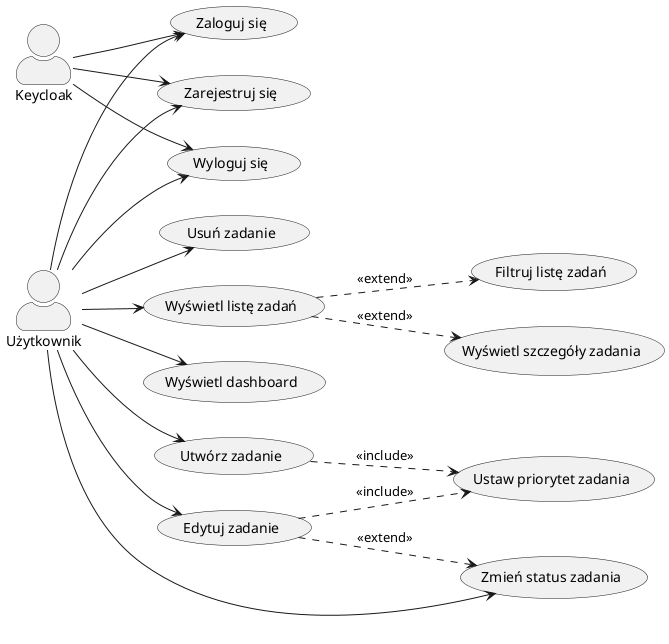
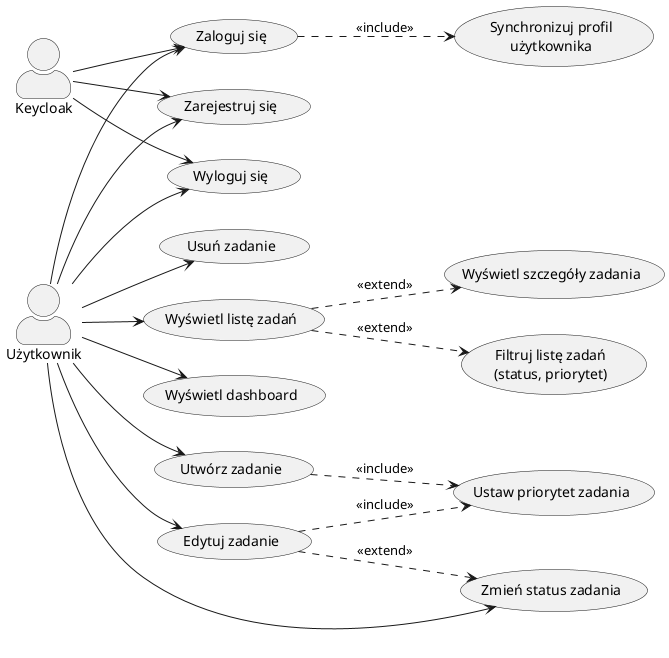
@startuml
left to right direction
skinparam actorStyle awesome

actor "Użytkownik" as User
actor "Keycloak" as KC

usecase "Zaloguj się" as UC1
usecase "Zarejestruj się" as UC2
usecase "Wyloguj się" as UC3
usecase "Utwórz zadanie" as UC4
usecase "Edytuj zadanie" as UC5
usecase "Usuń zadanie" as UC6
usecase "Wyświetl listę zadań" as UC7
- usecase "Filtruj listę zadań" as UC8
+ usecase "Filtruj listę zadań\n(status, priorytet)" as UC8
usecase "Wyświetl dashboard" as UC11
usecase "Wyświetl szczegóły zadania" as UC12
usecase "Zmień status zadania" as UC13
usecase "Ustaw priorytet zadania" as UC14
+ usecase "Synchronizuj profil\nużytkownika" as UC15

User --> UC1
User --> UC2
User --> UC3
User --> UC4
User --> UC5
User --> UC6
User --> UC7
User --> UC11
User --> UC13

UC4 ..> UC14 : <<include>>
UC5 ..> UC14 : <<include>>
UC5 ..> UC13 : <<extend>>
UC7 ..> UC8 : <<extend>>
UC7 ..> UC12 : <<extend>>
+ UC1 ..> UC15 : <<include>>

KC --> UC1
KC --> UC2
KC --> UC3

@enduml
